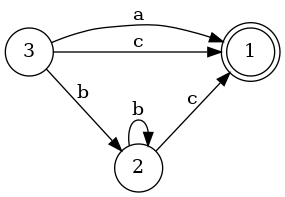
Before: minDfa.png, a diagram exported from Graphviz (ilanf-c/lexer-and-parser-for-tiny-and-minc). Its source is kept beside it as minDfa.dot.
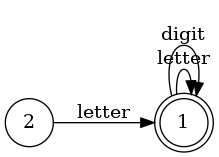
Above is the later version.

The edit, as a diff of the source:
```diff
@@ -2,9 +2,7 @@
     rankdir=LR;
     node [shape=circle];
     1 [shape=doublecircle];
-    2 -> 2 [label="b"];
-    2 -> 1 [label="c"];
-    3 -> 1 [label="a"];
-    3 -> 2 [label="b"];
-    3 -> 1 [label="c"];
+    1 -> 1 [label="letter"];
+    1 -> 1 [label="digit"];
+    2 -> 1 [label="letter"];
 }
```
